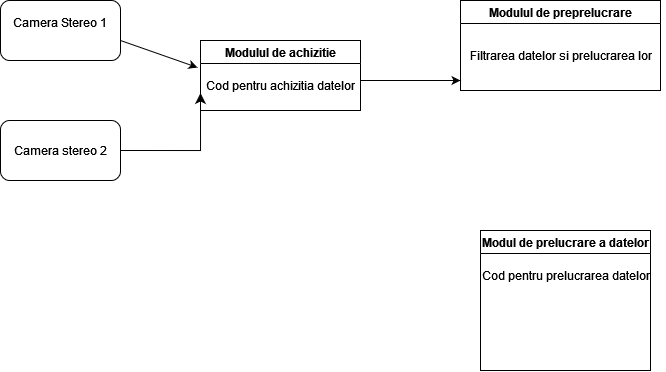
Before: Untitled Diagram.drawio.png, a diagram exported from draw.io (PrelucrareaImaginilor/pi-p-proiect-oculus). Source tidied: cells renumbered, new cells last; positions are measured from the earlier drawing's top-left corner, leaving out a move shared by most shapes. The source it was exported from:
```xml
<mxGraphModel>
  <root>
    <mxCell id="0" />
    <mxCell id="1" parent="0" />
    <mxCell id="2" value="&lt;div&gt;Camera Stereo 1&lt;/div&gt;&lt;div&gt;&lt;br&gt;&lt;/div&gt;" style="rounded=1;whiteSpace=wrap;html=1;" parent="1" vertex="1">
      <mxGeometry width="120" height="60" as="geometry" />
    </mxCell>
    <mxCell id="3" value="Camera stereo 2" style="rounded=1;whiteSpace=wrap;html=1;" parent="1" vertex="1">
      <mxGeometry y="120" width="120" height="60" as="geometry" />
    </mxCell>
    <mxCell id="4" value="Modulul de preprelucrare" style="swimlane;startSize=23;" parent="1" vertex="1">
      <mxGeometry x="460" width="200" height="90" as="geometry" />
    </mxCell>
    <mxCell id="5" value="Filtrarea datelor si prelucrarea lor" style="text;html=1;align=center;verticalAlign=middle;strokeColor=none;fillColor=none;" parent="4" vertex="1">
      <mxGeometry x="-5" y="40" width="210" height="30" as="geometry" />
    </mxCell>
    <mxCell id="6" value="Modulul de achizitie" style="swimlane;" parent="1" vertex="1">
      <mxGeometry x="200" y="40" width="160" height="70" as="geometry" />
    </mxCell>
    <mxCell id="7" value="Cod pentru achizitia datelor" style="text;html=1;align=center;verticalAlign=middle;points=[];strokeColor=none;fillColor=none;" parent="6" vertex="1">
      <mxGeometry x="-5" y="30" width="170" height="30" as="geometry" />
    </mxCell>
    <mxCell id="8" style="edgeStyle=segmentEdgeStyle;endArrow=classic;html=1;curved=0;rounded=0;endSize=8;startSize=8;entryX=0;entryY=0.75;entryDx=0;entryDy=0;" parent="1" edge="1" target="6">
      <mxGeometry relative="1" as="geometry">
        <mxPoint x="120" y="150" as="sourcePoint" />
      </mxGeometry>
    </mxCell>
    <mxCell id="9" style="endArrow=classic;html=1;rounded=0;entryX=0.012;entryY=-0.1;entryDx=0;entryDy=0;entryPerimeter=0;" parent="1" edge="1" target="7">
      <mxGeometry relative="1" as="geometry">
        <mxPoint x="120" y="40" as="sourcePoint" />
      </mxGeometry>
    </mxCell>
    <mxCell id="10" style="endArrow=classic;html=1;rounded=0;" parent="1" edge="1">
      <mxGeometry relative="1" as="geometry">
        <mxPoint x="360" y="80" as="sourcePoint" />
        <mxPoint x="460" y="80" as="targetPoint" />
      </mxGeometry>
    </mxCell>
    <mxCell id="11" value="Modul de prelucrare a datelor" style="swimlane;whiteSpace=wrap;html=1;" parent="1" vertex="1">
      <mxGeometry x="480" y="230" width="170" height="140" as="geometry" />
    </mxCell>
    <mxCell id="12" value="&lt;div&gt;Cod pentru prelucrarea datelor&lt;/div&gt;&lt;div&gt;&lt;br&gt;&lt;/div&gt;" style="text;html=1;align=center;verticalAlign=middle;strokeColor=none;fillColor=none;" parent="1" vertex="1">
      <mxGeometry x="470" y="263" width="190" height="40" as="geometry" />
    </mxCell>
  </root>
</mxGraphModel>
```
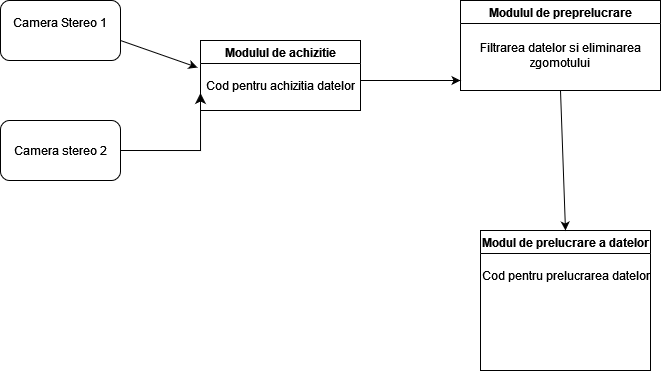
After the change.

What changed in the source:
```diff
@@ -11,8 +11,8 @@
     <mxCell id="4" value="Modulul de preprelucrare" style="swimlane;startSize=23;" parent="1" vertex="1">
       <mxGeometry x="460" width="200" height="90" as="geometry" />
     </mxCell>
-    <mxCell id="5" value="Filtrarea datelor si prelucrarea lor" style="text;html=1;align=center;verticalAlign=middle;strokeColor=none;fillColor=none;" parent="4" vertex="1">
-      <mxGeometry x="-5" y="40" width="210" height="30" as="geometry" />
+    <mxCell id="5" value="&lt;div&gt;Filtrarea datelor si eliminarea &lt;br&gt;&lt;/div&gt;&lt;div&gt;zgomotului&lt;br&gt;&lt;/div&gt;" style="text;html=1;align=center;verticalAlign=middle;strokeColor=none;fillColor=none;" parent="4" vertex="1">
+      <mxGeometry x="10" y="35" width="180" height="40" as="geometry" />
     </mxCell>
     <mxCell id="6" value="Modulul de achizitie" style="swimlane;" parent="1" vertex="1">
       <mxGeometry x="200" y="40" width="160" height="70" as="geometry" />
@@ -42,5 +42,8 @@
     <mxCell id="12" value="&lt;div&gt;Cod pentru prelucrarea datelor&lt;/div&gt;&lt;div&gt;&lt;br&gt;&lt;/div&gt;" style="text;html=1;align=center;verticalAlign=middle;strokeColor=none;fillColor=none;" parent="1" vertex="1">
       <mxGeometry x="470" y="263" width="190" height="40" as="geometry" />
     </mxCell>
+    <mxCell id="13" style="endArrow=classic;html=1;rounded=0;entryX=0.5;entryY=0;entryDx=0;entryDy=0;exitX=0.5;exitY=1;exitDx=0;exitDy=0;" parent="1" edge="1" source="4" target="11">
+      <mxGeometry relative="1" as="geometry" />
+    </mxCell>
   </root>
 </mxGraphModel>
```
